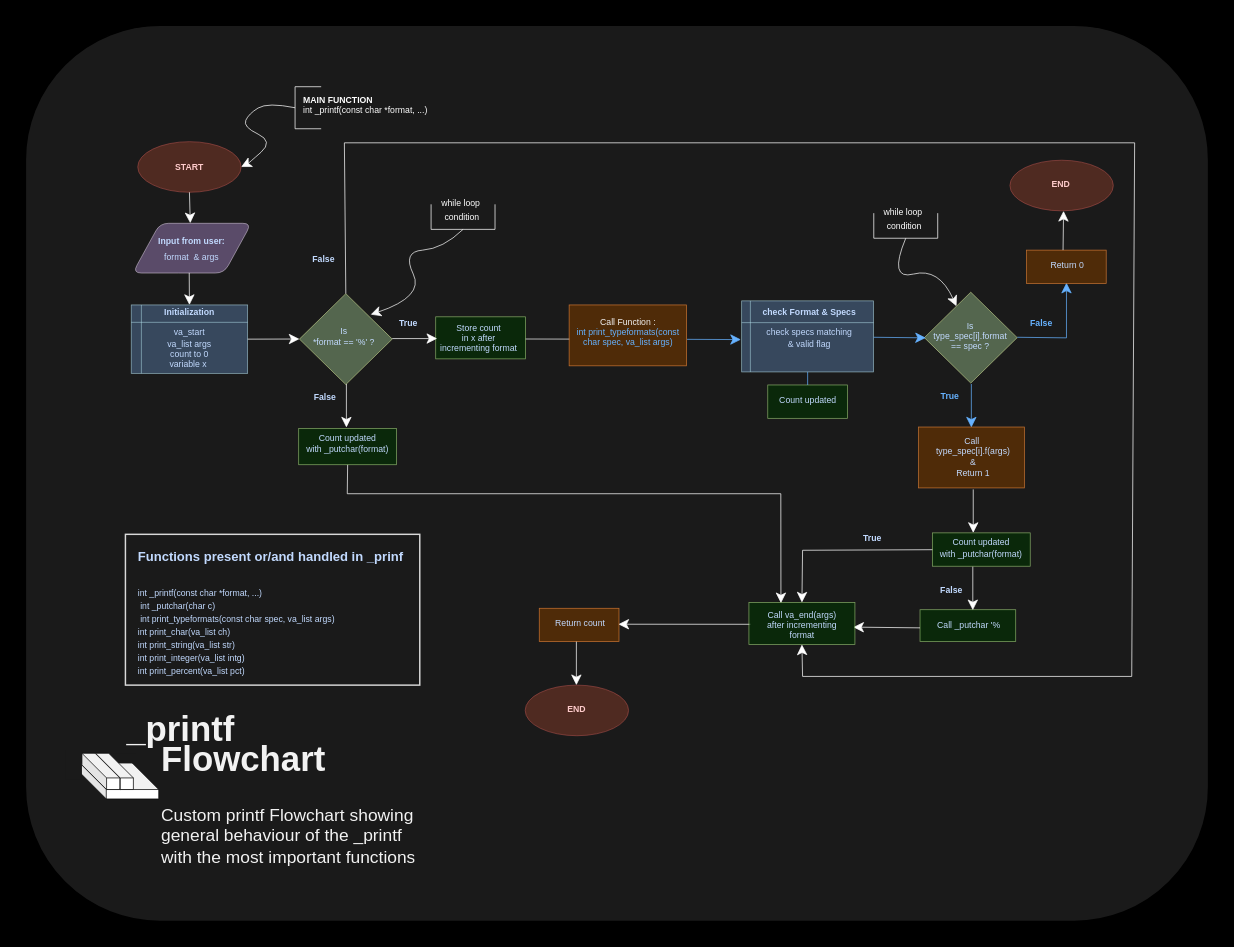
Above: Diagramme sans nom.drawio in GenXwater/holbertonschool-printf (draw.io), before the change. Source tidied: cells renumbered, new cells numbered last; positions are measured from the earlier drawing's top-left corner, leaving out a move shared by most shapes. Both pictures are drawn from the tidied source at 145%, with x=0, y=0 at pixel (25, 25).
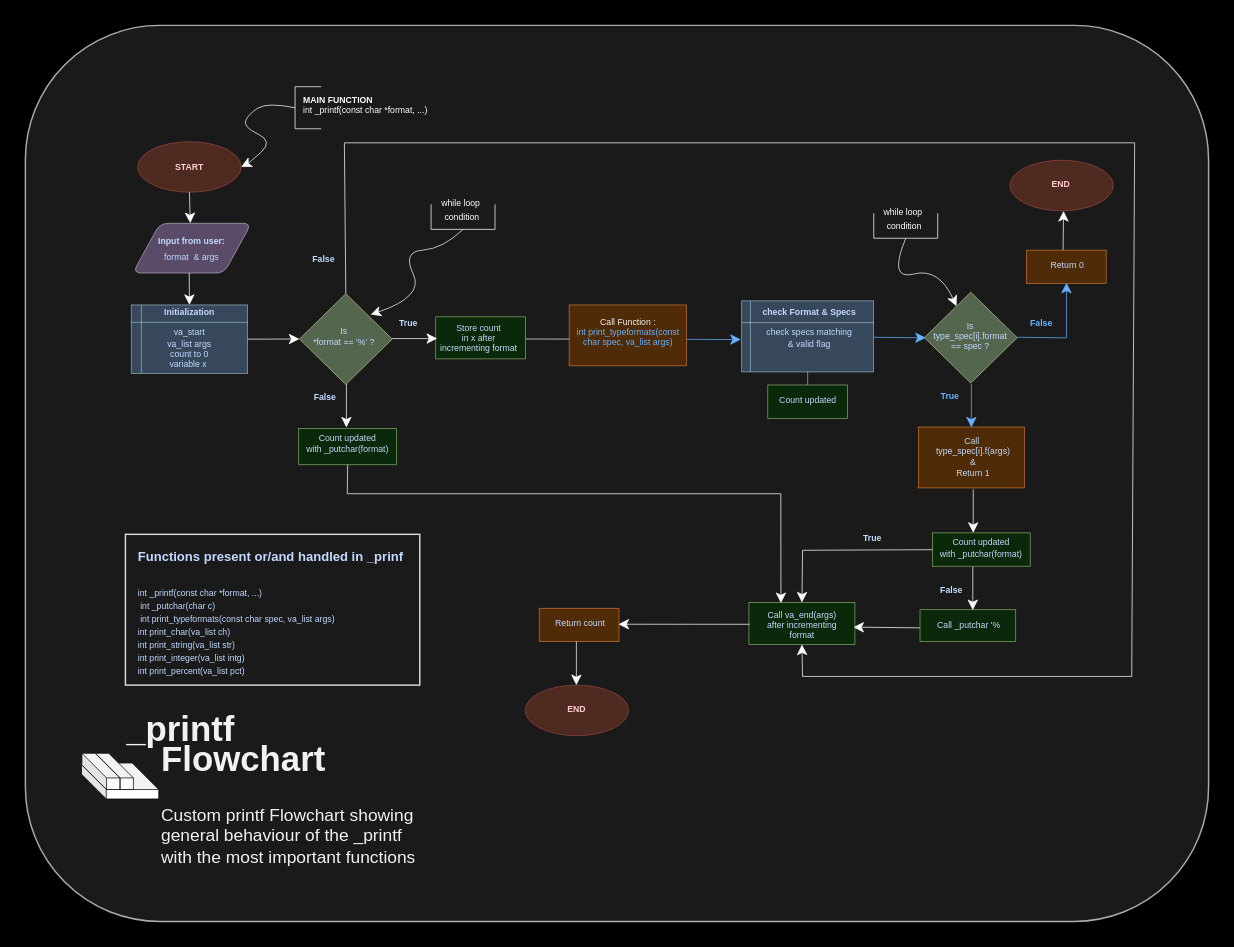
The same diagram, later.

Commit message:
maj_printf general flowchart.drawio

Change to the diagram source:
```diff
@@
-    <mxCell id="2" style="rounded=1;whiteSpace=wrap;html=1;fillColor=#1A1A1A;" parent="1" vertex="1">
+    <mxCell id="2" style="rounded=1;whiteSpace=wrap;html=1;fillColor=#1A1A1A;fontColor=#666666;labelBackgroundColor=default;strokeColor=#ABABAB;" parent="1" vertex="1">
       <mxGeometry width="816" height="618" as="geometry" />
     </mxCell>
```
